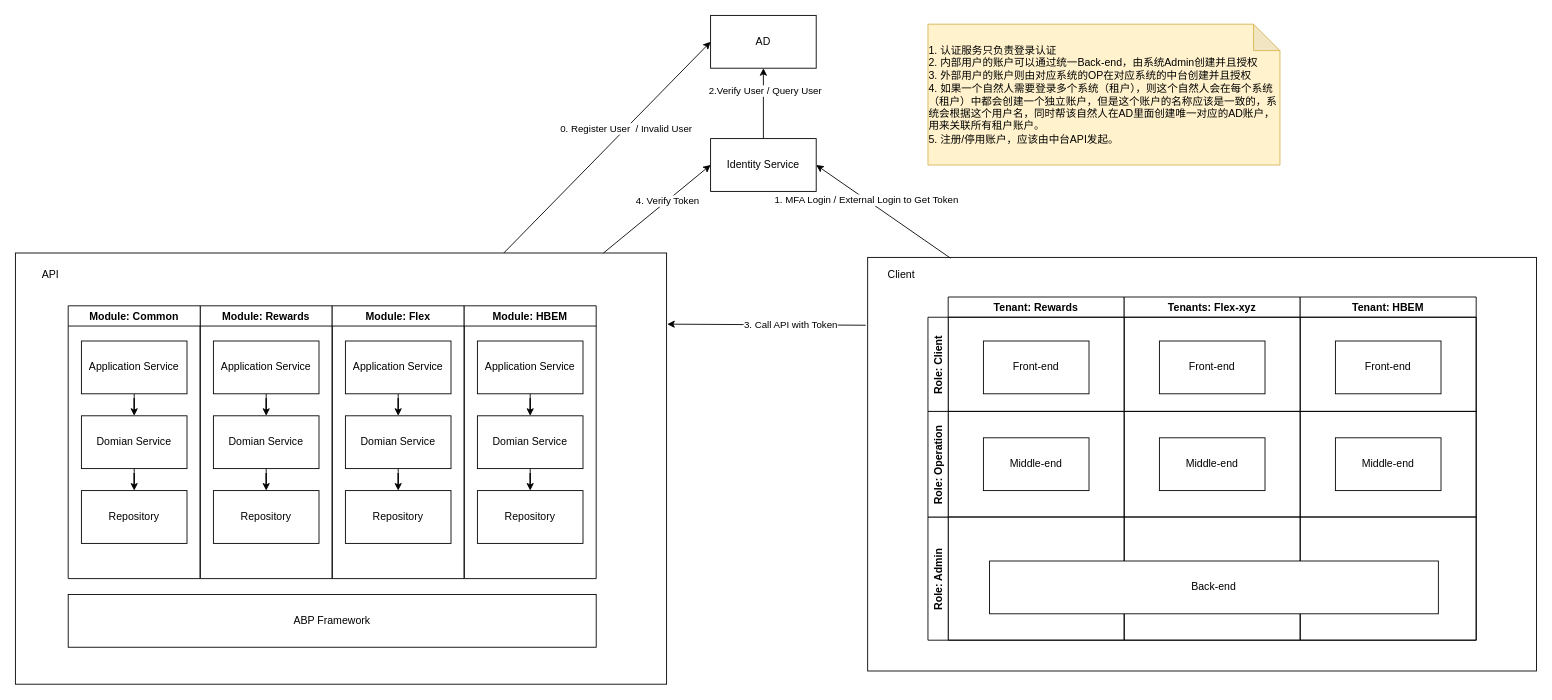
dellexquan/transfer keeps this draw.io diagram as page "Overall" (1 of 8) of ids.drawio. Above is the earlier version. Source tidied: cells renumbered, new cells numbered last; positions are measured from the earlier drawing's top-left corner, leaving out a move shared by most shapes. Both pictures are drawn from the tidied source at 88%, with x=0, y=0 at pixel (15, 15).
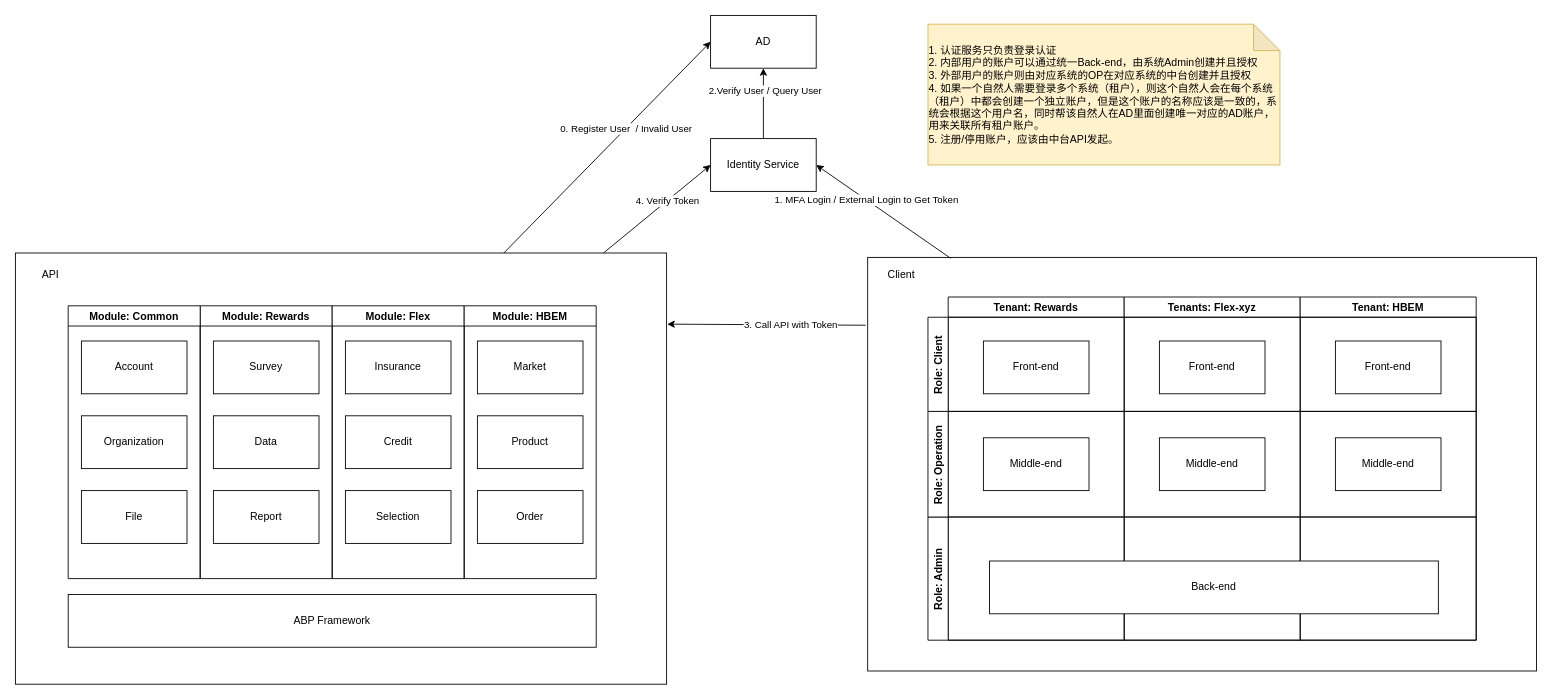
After the change.

Unchanged cells that the change refers to:
```xml
<mxCell id="19" value="Module: Rewards" style="swimlane;" parent="1" vertex="1">
  <mxGeometry x="210" y="330" width="150" height="310" as="geometry" />
</mxCell>
<mxCell id="25" value="Module: Common" style="swimlane;startSize=23;" parent="1" vertex="1">
  <mxGeometry x="60" y="330" width="150" height="310" as="geometry" />
</mxCell>
<mxCell id="31" value="Module: Flex" style="swimlane;startSize=23;" parent="1" vertex="1">
  <mxGeometry x="360" y="330" width="150" height="310" as="geometry" />
</mxCell>
<mxCell id="37" value="Module: HBEM" style="swimlane;" parent="1" vertex="1">
  <mxGeometry x="510" y="330" width="150" height="310" as="geometry" />
</mxCell>
```

What changed in the source:
```diff
@@
-    <mxCell id="20" style="edgeStyle=orthogonalEdgeStyle;rounded=0;jettySize=auto;html=1;entryX=0.5;entryY=0;entryDx=0;entryDy=0;startArrow=none;startFill=0;endArrow=classic;endFill=1;" parent="19" edge="1" source="21" target="23">
-      <mxGeometry relative="1" as="geometry" />
-    </mxCell>
-    <mxCell id="21" value="Application Service" style="rounded=0;whiteSpace=wrap;html=1;" parent="19" vertex="1">
+    <mxCell id="21" value="Survey" style="rounded=0;whiteSpace=wrap;html=1;" parent="19" vertex="1">
       <mxGeometry x="15" y="40" width="120" height="60" as="geometry" />
     </mxCell>
-    <mxCell id="22" style="edgeStyle=orthogonalEdgeStyle;rounded=0;jettySize=auto;html=1;entryX=0.5;entryY=0;entryDx=0;entryDy=0;startArrow=none;startFill=0;endArrow=classic;endFill=1;" parent="19" edge="1" source="23" target="24">
-      <mxGeometry relative="1" as="geometry" />
-    </mxCell>
-    <mxCell id="23" value="Domian Service" style="rounded=0;whiteSpace=wrap;html=1;" parent="19" vertex="1">
+    <mxCell id="23" value="Data" style="rounded=0;whiteSpace=wrap;html=1;" parent="19" vertex="1">
       <mxGeometry x="15" y="125" width="120" height="60" as="geometry" />
     </mxCell>
-    <mxCell id="24" value="Repository" style="rounded=0;whiteSpace=wrap;html=1;" parent="19" vertex="1">
+    <mxCell id="24" value="Report" style="rounded=0;whiteSpace=wrap;html=1;" parent="19" vertex="1">
       <mxGeometry x="15" y="210" width="120" height="60" as="geometry" />
     </mxCell>
@@
-    <mxCell id="26" style="edgeStyle=orthogonalEdgeStyle;rounded=0;jettySize=auto;html=1;entryX=0.5;entryY=0;entryDx=0;entryDy=0;startArrow=none;startFill=0;endArrow=classic;endFill=1;" parent="25" edge="1" source="27" target="29">
-      <mxGeometry relative="1" as="geometry" />
-    </mxCell>
-    <mxCell id="27" value="Application Service" style="rounded=0;whiteSpace=wrap;html=1;" parent="25" vertex="1">
+    <mxCell id="27" value="Account" style="rounded=0;whiteSpace=wrap;html=1;" parent="25" vertex="1">
       <mxGeometry x="15" y="40" width="120" height="60" as="geometry" />
     </mxCell>
-    <mxCell id="28" style="edgeStyle=orthogonalEdgeStyle;rounded=0;jettySize=auto;html=1;entryX=0.5;entryY=0;entryDx=0;entryDy=0;startArrow=none;startFill=0;endArrow=classic;endFill=1;" parent="25" edge="1" source="29" target="30">
-      <mxGeometry relative="1" as="geometry" />
-    </mxCell>
-    <mxCell id="29" value="Domian Service" style="rounded=0;whiteSpace=wrap;html=1;" parent="25" vertex="1">
+    <mxCell id="29" value="Organization" style="rounded=0;whiteSpace=wrap;html=1;" parent="25" vertex="1">
       <mxGeometry x="15" y="125" width="120" height="60" as="geometry" />
     </mxCell>
-    <mxCell id="30" value="Repository" style="rounded=0;whiteSpace=wrap;html=1;" parent="25" vertex="1">
+    <mxCell id="30" value="File" style="rounded=0;whiteSpace=wrap;html=1;" parent="25" vertex="1">
       <mxGeometry x="15" y="210" width="120" height="60" as="geometry" />
     </mxCell>
@@
-    <mxCell id="32" style="edgeStyle=orthogonalEdgeStyle;rounded=0;jettySize=auto;html=1;entryX=0.5;entryY=0;entryDx=0;entryDy=0;startArrow=none;startFill=0;endArrow=classic;endFill=1;" parent="31" edge="1" source="33" target="35">
-      <mxGeometry relative="1" as="geometry" />
-    </mxCell>
-    <mxCell id="33" value="Application Service" style="rounded=0;whiteSpace=wrap;html=1;" parent="31" vertex="1">
+    <mxCell id="33" value="Insurance" style="rounded=0;whiteSpace=wrap;html=1;" parent="31" vertex="1">
       <mxGeometry x="15" y="40" width="120" height="60" as="geometry" />
     </mxCell>
-    <mxCell id="34" style="edgeStyle=orthogonalEdgeStyle;rounded=0;jettySize=auto;html=1;startArrow=none;startFill=0;endArrow=classic;endFill=1;" parent="31" edge="1" source="35" target="36">
-      <mxGeometry relative="1" as="geometry" />
-    </mxCell>
-    <mxCell id="35" value="Domian Service" style="rounded=0;whiteSpace=wrap;html=1;" parent="31" vertex="1">
+    <mxCell id="35" value="Credit" style="rounded=0;whiteSpace=wrap;html=1;" parent="31" vertex="1">
       <mxGeometry x="15" y="125" width="120" height="60" as="geometry" />
     </mxCell>
-    <mxCell id="36" value="Repository" style="rounded=0;whiteSpace=wrap;html=1;" parent="31" vertex="1">
+    <mxCell id="36" value="Selection" style="rounded=0;whiteSpace=wrap;html=1;" parent="31" vertex="1">
       <mxGeometry x="15" y="210" width="120" height="60" as="geometry" />
     </mxCell>
@@
-    <mxCell id="38" style="edgeStyle=orthogonalEdgeStyle;rounded=0;jettySize=auto;html=1;startArrow=none;startFill=0;endArrow=classic;endFill=1;" parent="37" edge="1" source="39" target="41">
-      <mxGeometry relative="1" as="geometry" />
-    </mxCell>
-    <mxCell id="39" value="Application Service" style="rounded=0;whiteSpace=wrap;html=1;" parent="37" vertex="1">
+    <mxCell id="39" value="Market" style="rounded=0;whiteSpace=wrap;html=1;" parent="37" vertex="1">
       <mxGeometry x="15" y="40" width="120" height="60" as="geometry" />
     </mxCell>
-    <mxCell id="40" style="edgeStyle=orthogonalEdgeStyle;rounded=0;jettySize=auto;html=1;entryX=0.5;entryY=0;entryDx=0;entryDy=0;startArrow=none;startFill=0;endArrow=classic;endFill=1;" parent="37" edge="1" source="41" target="42">
-      <mxGeometry relative="1" as="geometry" />
-    </mxCell>
-    <mxCell id="41" value="Domian Service" style="rounded=0;whiteSpace=wrap;html=1;" parent="37" vertex="1">
+    <mxCell id="41" value="Product" style="rounded=0;whiteSpace=wrap;html=1;" parent="37" vertex="1">
       <mxGeometry x="15" y="125" width="120" height="60" as="geometry" />
     </mxCell>
-    <mxCell id="42" value="Repository" style="rounded=0;whiteSpace=wrap;html=1;" parent="37" vertex="1">
+    <mxCell id="42" value="Order" style="rounded=0;whiteSpace=wrap;html=1;" parent="37" vertex="1">
       <mxGeometry x="15" y="210" width="120" height="60" as="geometry" />
     </mxCell>
```
